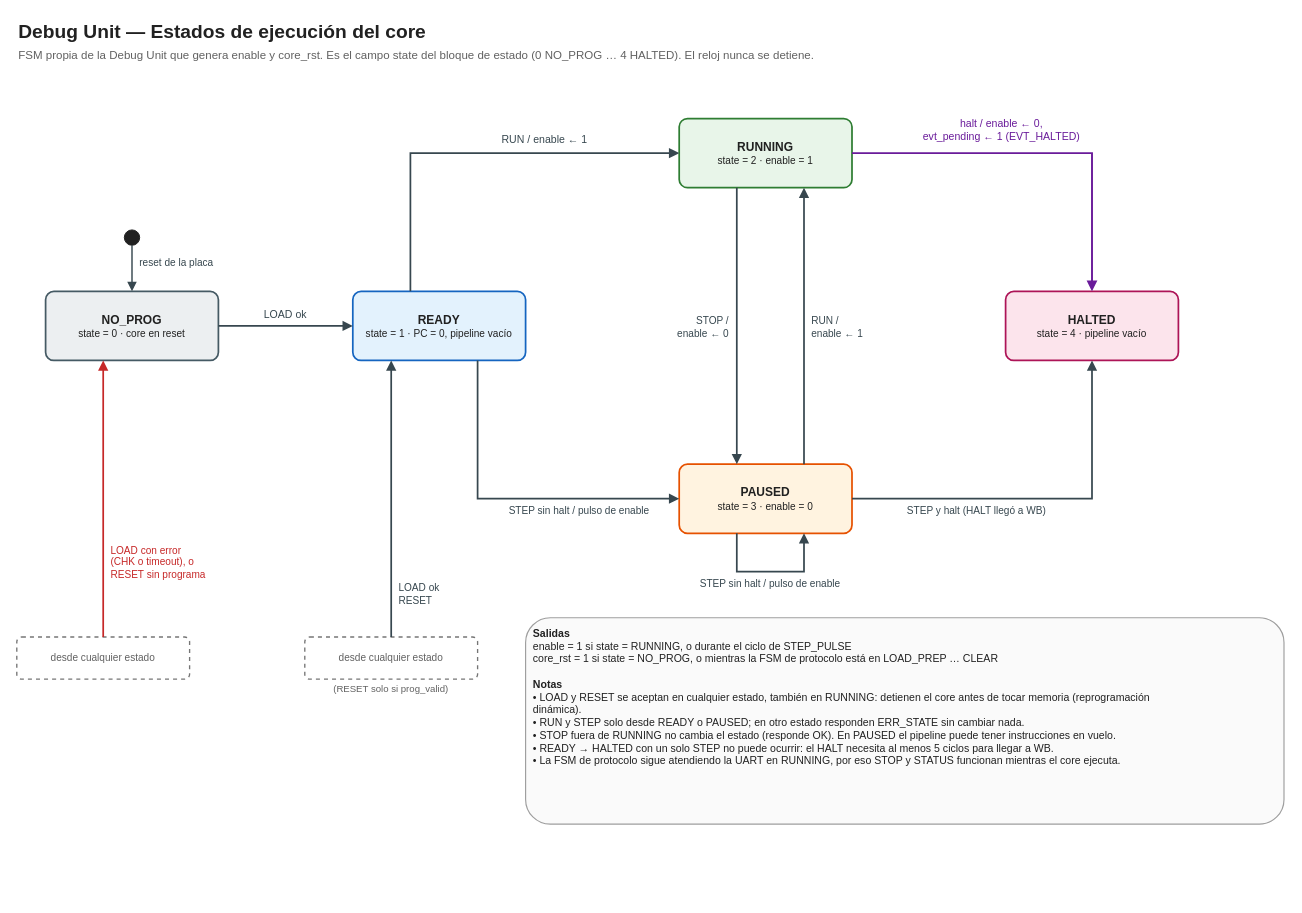
This is docs/diagramas/debug_unit_estados_core.drawio from moreyrajulian/arquitectura_de_computadoras, a draw.io file, before an edit. Source tidied: cells renumbered, new cells numbered last; positions are measured from the earlier drawing's top-left corner, leaving out a move shared by most shapes. Both pictures are drawn from the tidied source at 96%, with x=0, y=0 at pixel (16, 16).
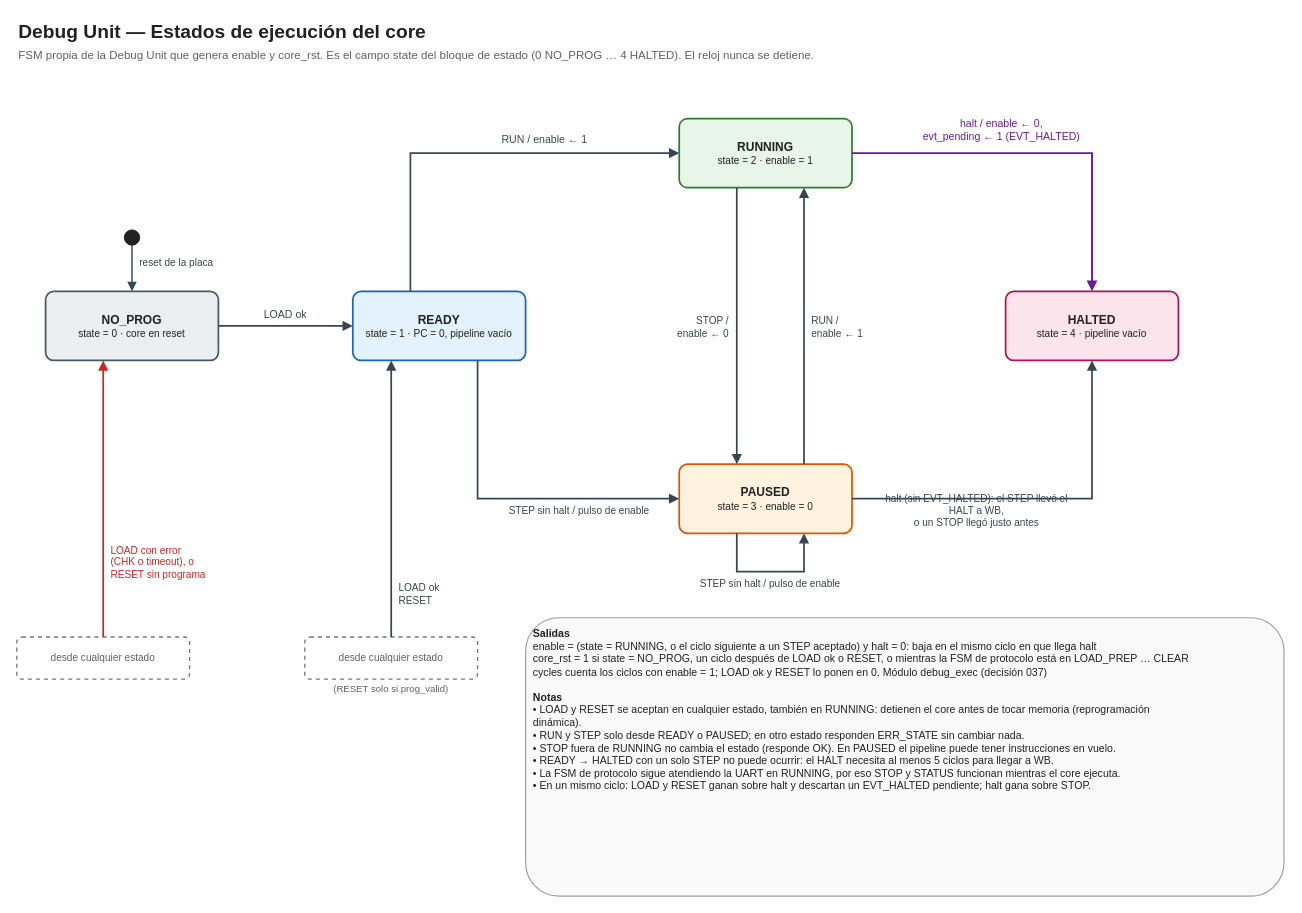
The same page after the edit.

Commit message (it also covers changes not shown here):
docs: decisión 037 y la FSM de ejecución en protocolo_debug.md §3.5, §4 y §7, verificacion.md §3.3, §5 y §8.7 y los diagramas debug_unit_fsm y debug_unit_estados_core (I-47)

What changed in the source:
```diff
@@
-    <mxCell id="25" value="STEP y halt (HALT llegó a WB)" style="text;html=1;whiteSpace=wrap;fontSize=10.5;fontFamily=Helvetica;fontColor=#37474F;align=center;verticalAlign=middle;spacing=2;fontStyle=0;" parent="1" vertex="1">
+    <mxCell id="25" value="halt (sin EVT_HALTED): el STEP llevó el HALT a WB,&lt;br&gt;o un STOP llegó justo antes" style="text;html=1;whiteSpace=wrap;fontSize=10.5;fontFamily=Helvetica;fontColor=#37474F;align=center;verticalAlign=middle;spacing=2;fontStyle=0;" parent="1" vertex="1">
       <mxGeometry x="890" y="506" width="220" height="16.2" as="geometry" />
     </mxCell>
@@
-    <mxCell id="35" value="&lt;b&gt;Salidas&lt;/b&gt;&lt;br&gt;enable = 1 si state = RUNNING, o durante el ciclo de STEP_PULSE&lt;br&gt;core_rst = 1 si state = NO_PROG, o mientras la FSM de protocolo está en LOAD_PREP … CLEAR&lt;br&gt;&amp;nbsp;&lt;br&gt;&lt;b&gt;Notas&lt;/b&gt;&lt;br&gt;• LOAD y RESET se aceptan en cualquier estado, también en RUNNING: detienen el core antes de tocar memoria (reprogramación&lt;br&gt;dinámica).&lt;br&gt;• RUN y STEP solo desde READY o PAUSED; en otro estado responden ERR_STATE sin cambiar nada.&lt;br&gt;• STOP fuera de RUNNING no cambia el estado (responde OK). En PAUSED el pipeline puede tener instrucciones en vuelo.&lt;br&gt;• READY → HALTED con un solo STEP no puede ocurrir: el HALT necesita al menos 5 ciclos para llegar a WB.&lt;br&gt;• La FSM de protocolo sigue atendiendo la UART en RUNNING, por eso STOP y STATUS funcionan mientras el core ejecuta." style="rounded=1;arcSize=12;whiteSpace=wrap;html=1;fillColor=#FAFAFA;strokeColor=#9E9E9E;strokeWidth=1.2;fontSize=11;fontFamily=Helvetica;fontColor=#212121;align=left;verticalAlign=top;spacingLeft=6;spacingRight=6;spacingTop=4;" parent="1" vertex="1">
-      <mxGeometry x="530" y="626" width="790" height="215" as="geometry" />
+    <mxCell id="35" value="&lt;b&gt;Salidas&lt;/b&gt;&lt;br&gt;enable = (state = RUNNING, o el ciclo siguiente a un STEP aceptado) y halt = 0: baja en el mismo ciclo en que llega halt&lt;br&gt;core_rst = 1 si state = NO_PROG, un ciclo después de LOAD ok o RESET, o mientras la FSM de protocolo está en LOAD_PREP … CLEAR&lt;br&gt;cycles cuenta los ciclos con enable = 1; LOAD ok y RESET lo ponen en 0. Módulo debug_exec (decisión 037)&lt;br&gt;&amp;nbsp;&lt;br&gt;&lt;b&gt;Notas&lt;/b&gt;&lt;br&gt;• LOAD y RESET se aceptan en cualquier estado, también en RUNNING: detienen el core antes de tocar memoria (reprogramación&lt;br&gt;dinámica).&lt;br&gt;• RUN y STEP solo desde READY o PAUSED; en otro estado responden ERR_STATE sin cambiar nada.&lt;br&gt;• STOP fuera de RUNNING no cambia el estado (responde OK). En PAUSED el pipeline puede tener instrucciones en vuelo.&lt;br&gt;• READY → HALTED con un solo STEP no puede ocurrir: el HALT necesita al menos 5 ciclos para llegar a WB.&lt;br&gt;• La FSM de protocolo sigue atendiendo la UART en RUNNING, por eso STOP y STATUS funcionan mientras el core ejecuta.&lt;br&gt;• En un mismo ciclo: LOAD y RESET ganan sobre halt y descartan un EVT_HALTED pendiente; halt gana sobre STOP." style="rounded=1;arcSize=12;whiteSpace=wrap;html=1;fillColor=#FAFAFA;strokeColor=#9E9E9E;strokeWidth=1.2;fontSize=11;fontFamily=Helvetica;fontColor=#212121;align=left;verticalAlign=top;spacingLeft=6;spacingRight=6;spacingTop=4;" parent="1" vertex="1">
+      <mxGeometry x="530" y="626" width="790" height="290" as="geometry" />
     </mxCell>
```
